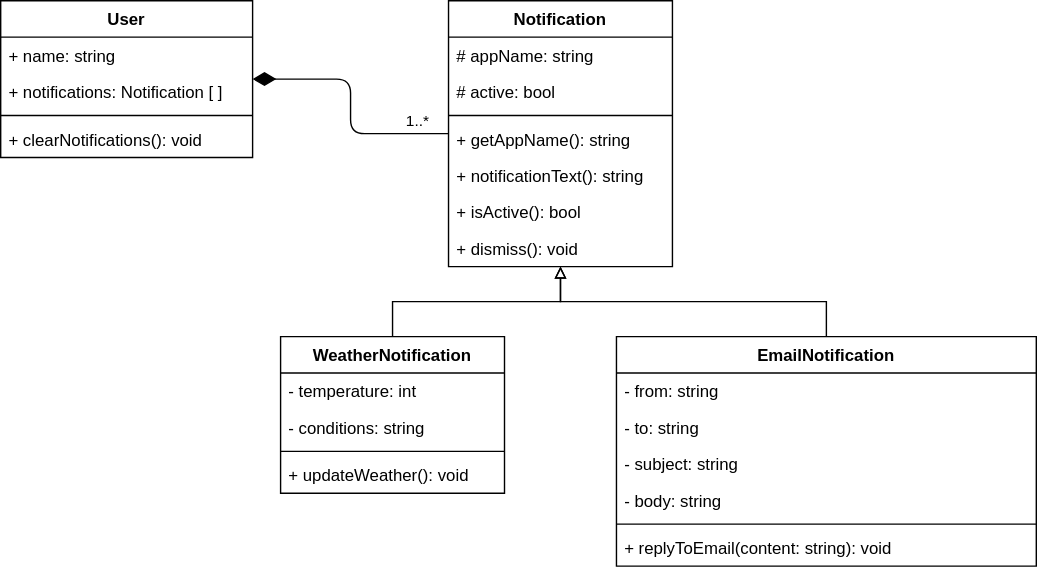
Earlier version of the draw.io export data-structures/uml/low-level.svg (err53/ICS4U0-work). Source tidied: cells renumbered, new cells last; positions are measured from the earlier drawing's top-left corner, leaving out a move shared by most shapes.
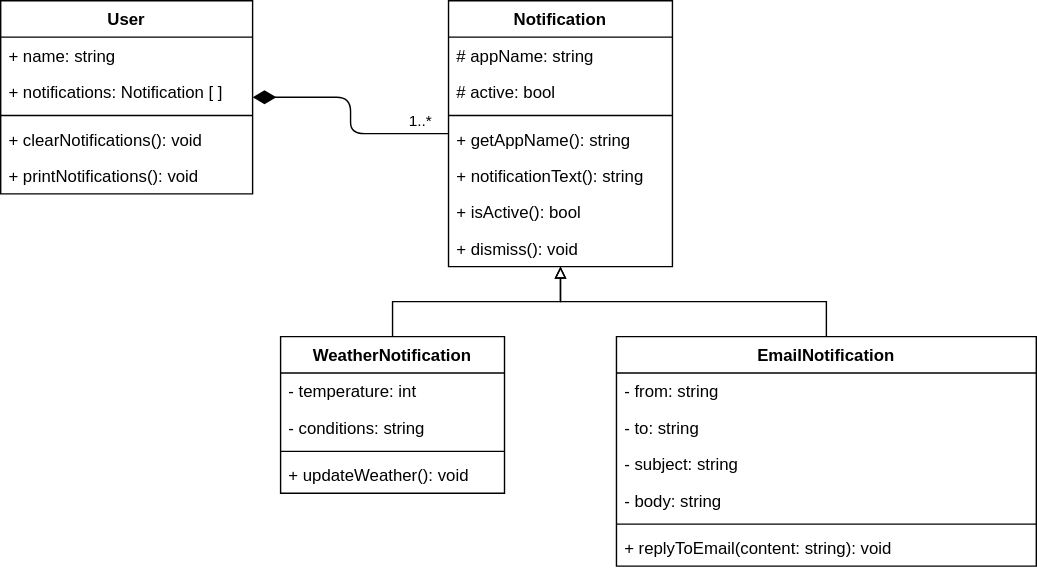
After the commit.

The edit, as a diff of the source:
```diff
@@ -3,7 +3,7 @@
     <mxCell id="0" />
     <mxCell id="1" parent="0" />
     <mxCell id="2" value="User" style="swimlane;fontStyle=1;align=center;verticalAlign=top;horizontal=1;startSize=26;" parent="1" vertex="1">
-      <mxGeometry width="180" height="112" as="geometry" />
+      <mxGeometry width="180" height="138" as="geometry" />
     </mxCell>
     <mxCell id="3" value="+ name: string" style="text;strokeColor=none;fillColor=none;align=left;verticalAlign=top;spacingLeft=4;spacingRight=4;overflow=hidden;" parent="2" vertex="1">
       <mxGeometry y="26" width="180" height="26" as="geometry" />
@@ -17,6 +17,9 @@
     <mxCell id="6" value="+ clearNotifications(): void" style="text;strokeColor=none;fillColor=none;align=left;verticalAlign=top;spacingLeft=4;spacingRight=4;overflow=hidden;" parent="2" vertex="1">
       <mxGeometry y="86" width="180" height="26" as="geometry" />
     </mxCell>
+    <mxCell id="30" value="+ printNotifications(): void" style="text;strokeColor=none;fillColor=none;align=left;verticalAlign=top;spacingLeft=4;spacingRight=4;overflow=hidden;" parent="2" vertex="1">
+      <mxGeometry y="112" width="180" height="26" as="geometry" />
+    </mxCell>
     <mxCell id="7" value="Notification" style="swimlane;fontStyle=1;align=center;verticalAlign=top;horizontal=1;startSize=26;" parent="1" vertex="1">
       <mxGeometry x="320" width="160" height="190" as="geometry" />
     </mxCell>
```
